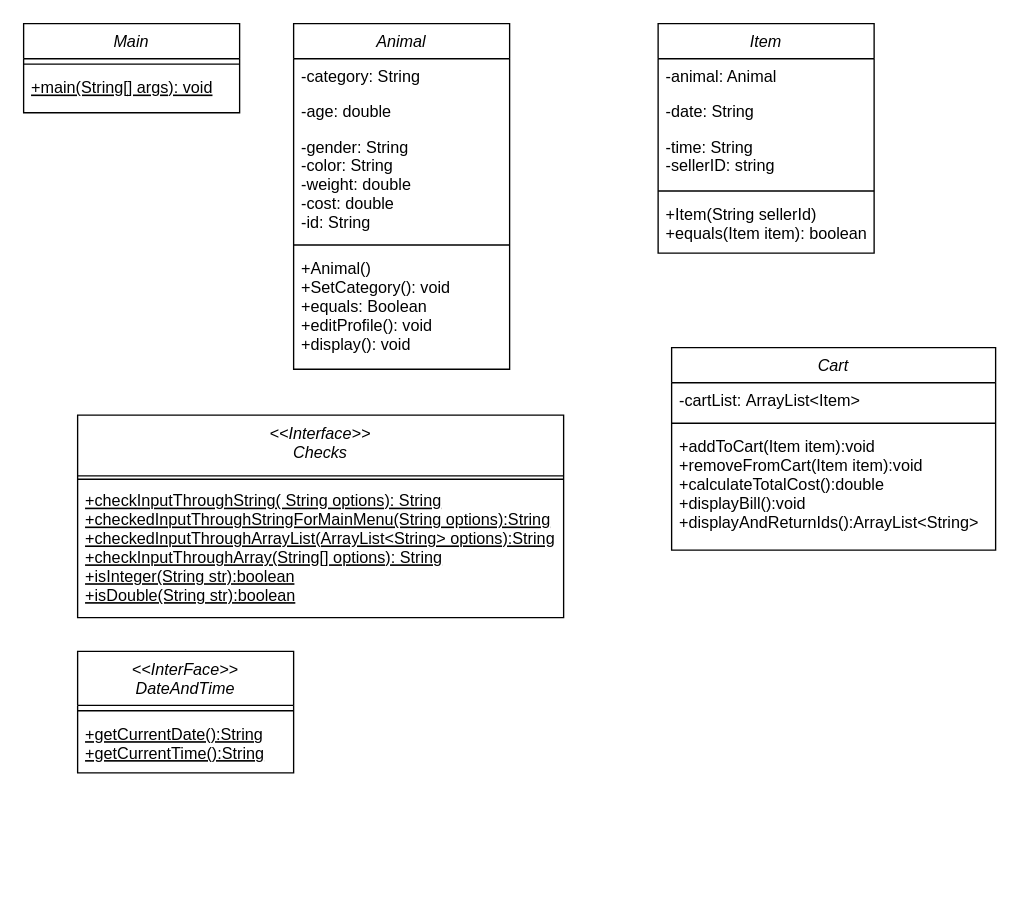
GitoPot/Analys_reflektion keeps this draw.io diagram as Diagram/ Analys_reflektion.drawio. Above is the earlier version. Source tidied: cells renumbered, new cells numbered last; positions are measured from the earlier drawing's top-left corner, leaving out a move shared by most shapes. Both pictures are drawn from the tidied source at 135%, with x=0, y=0 at pixel (23, 23).
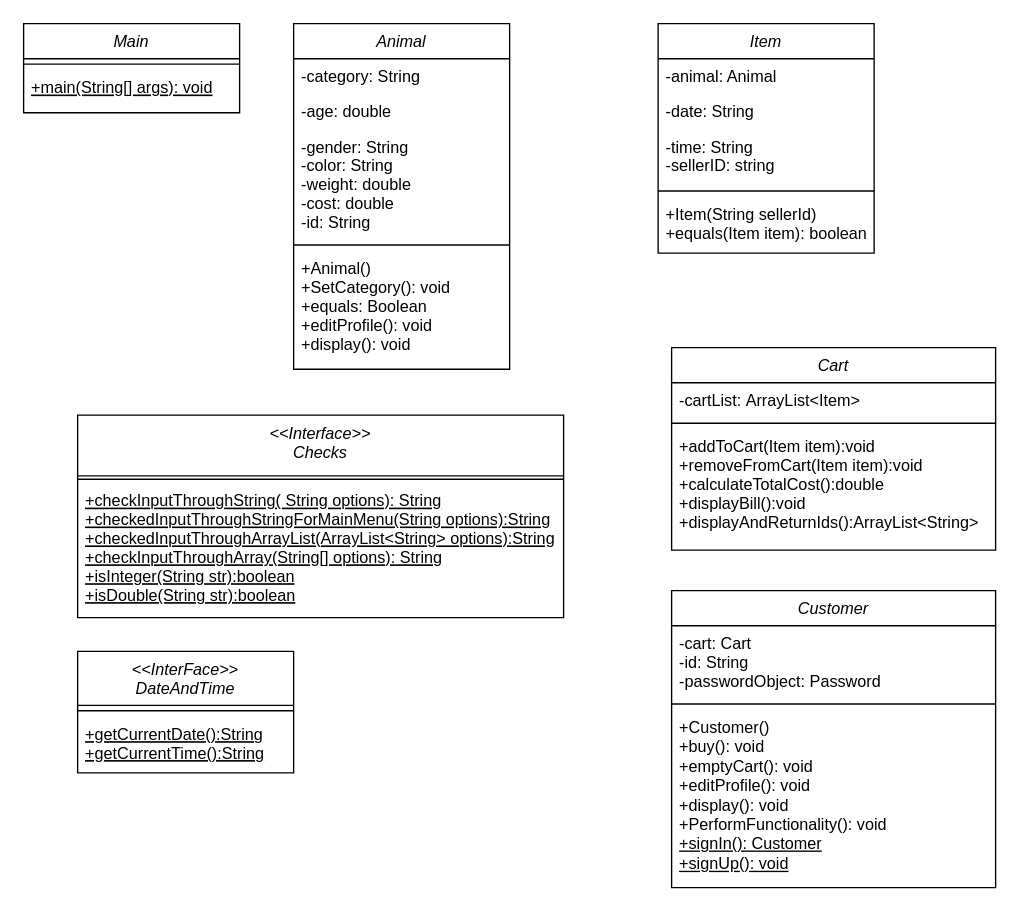
After the change.

What changed in the source:
```diff
@@
+    <mxCell id="27" value="Customer" style="swimlane;fontStyle=2;align=center;verticalAlign=top;horizontal=1;startSize=26;rounded=0;shadow=0;strokeWidth=1;" parent="1" vertex="1">
+      <mxGeometry x="480" y="420" width="240" height="220" as="geometry" />
+    </mxCell>
+    <mxCell id="28" value="-cart: Cart&#10;-id: String&#10;-passwordObject: Password" style="text;align=left;verticalAlign=top;spacingLeft=4;spacingRight=4;overflow=hidden;" parent="27" vertex="1">
+      <mxGeometry y="26" width="240" height="54" as="geometry" />
+    </mxCell>
+    <mxCell id="29" style="line;html=1;strokeWidth=1;align=left;verticalAlign=middle;spacingTop=-1;spacingLeft=3;spacingRight=3;labelPosition=right;" parent="27" vertex="1">
+      <mxGeometry y="80" width="240" height="8" as="geometry" />
+    </mxCell>
+    <mxCell id="30" value="+Customer()&lt;br&gt;+buy(): void&lt;br&gt;+emptyCart(): void&lt;br&gt;+editProfile(): void&lt;br&gt;+display(): void&lt;br&gt;+PerformFunctionality(): void&lt;br&gt;&lt;u&gt;+signIn(): Customer&lt;/u&gt;&lt;br&gt;&lt;u&gt;+signUp(): void&lt;/u&gt;" style="text;align=left;verticalAlign=top;spacingLeft=4;spacingRight=4;overflow=hidden;html=1;" parent="27" vertex="1">
+      <mxGeometry y="88" width="240" height="132" as="geometry" />
+    </mxCell>
```
